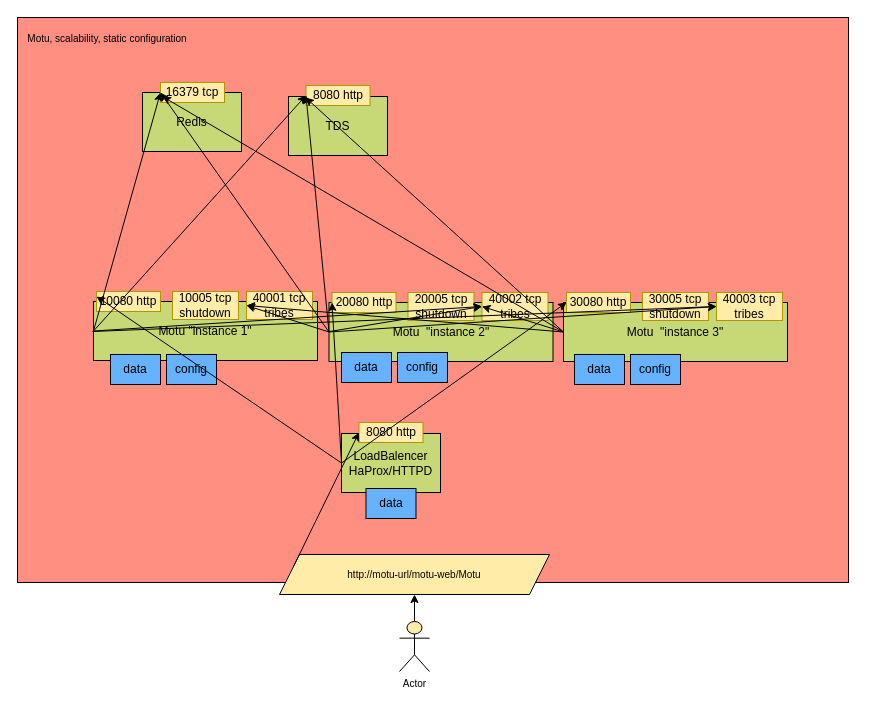
The draw.io diagram motu-parent/src/doc/architecture-motu-scalability-static-instances.drawio in clstoulouse/motu, before the edit. Source tidied: cells renumbered, new cells numbered last; positions are measured from the earlier drawing's top-left corner, leaving out a move shared by most shapes. Both pictures are drawn from the tidied source at 100%, with x=0, y=0 at pixel (17, 17).
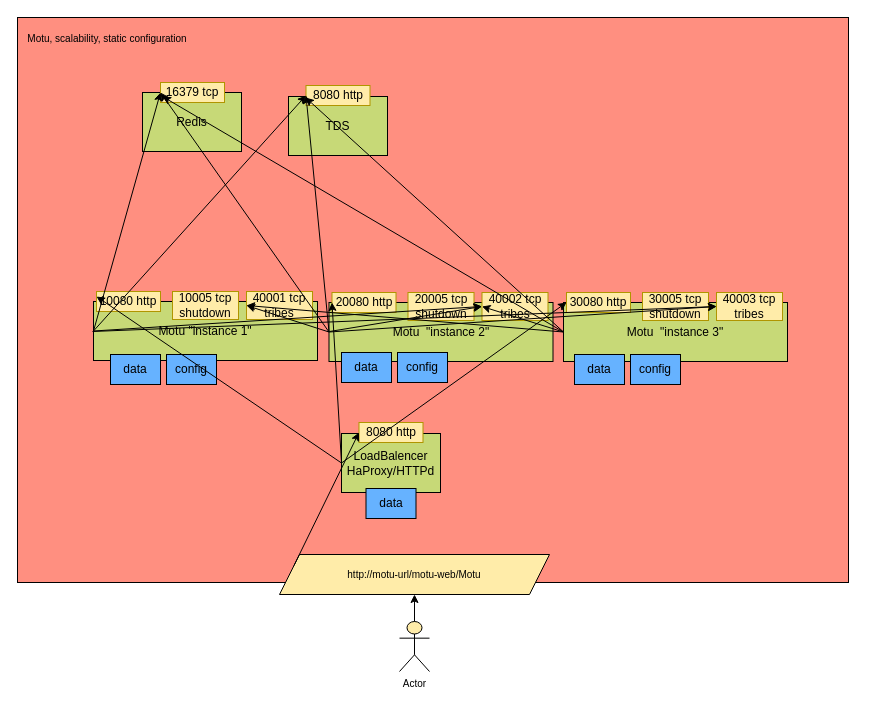
The same page after the edit.

Diff of the diagram source:
```diff
@@
-    <mxCell id="28" value="LoadBalencer&lt;br&gt;HaProx/HTTPD" style="rounded=0;whiteSpace=wrap;html=1;fillColor=#C7D977;" parent="1" vertex="1">
+    <mxCell id="28" value="LoadBalencer&lt;br&gt;HaProxy/HTTPd" style="rounded=0;whiteSpace=wrap;html=1;fillColor=#C7D977;" parent="1" vertex="1">
       <mxGeometry x="324" y="416" width="99" height="59" as="geometry" />
     </mxCell>
```
